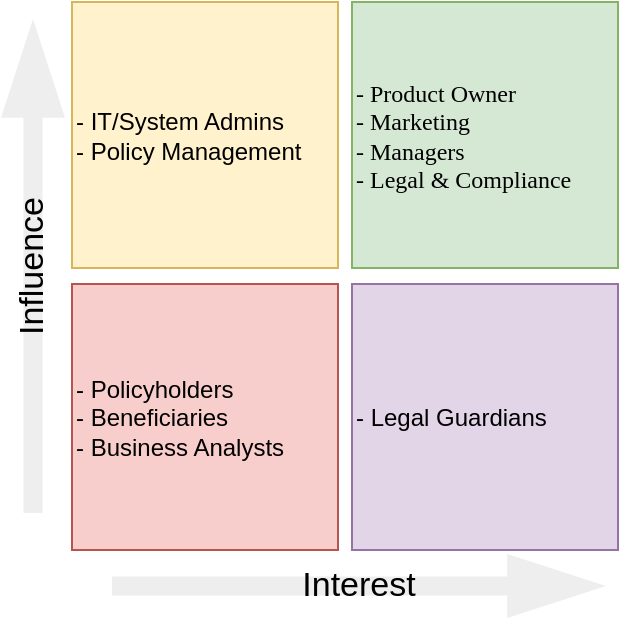
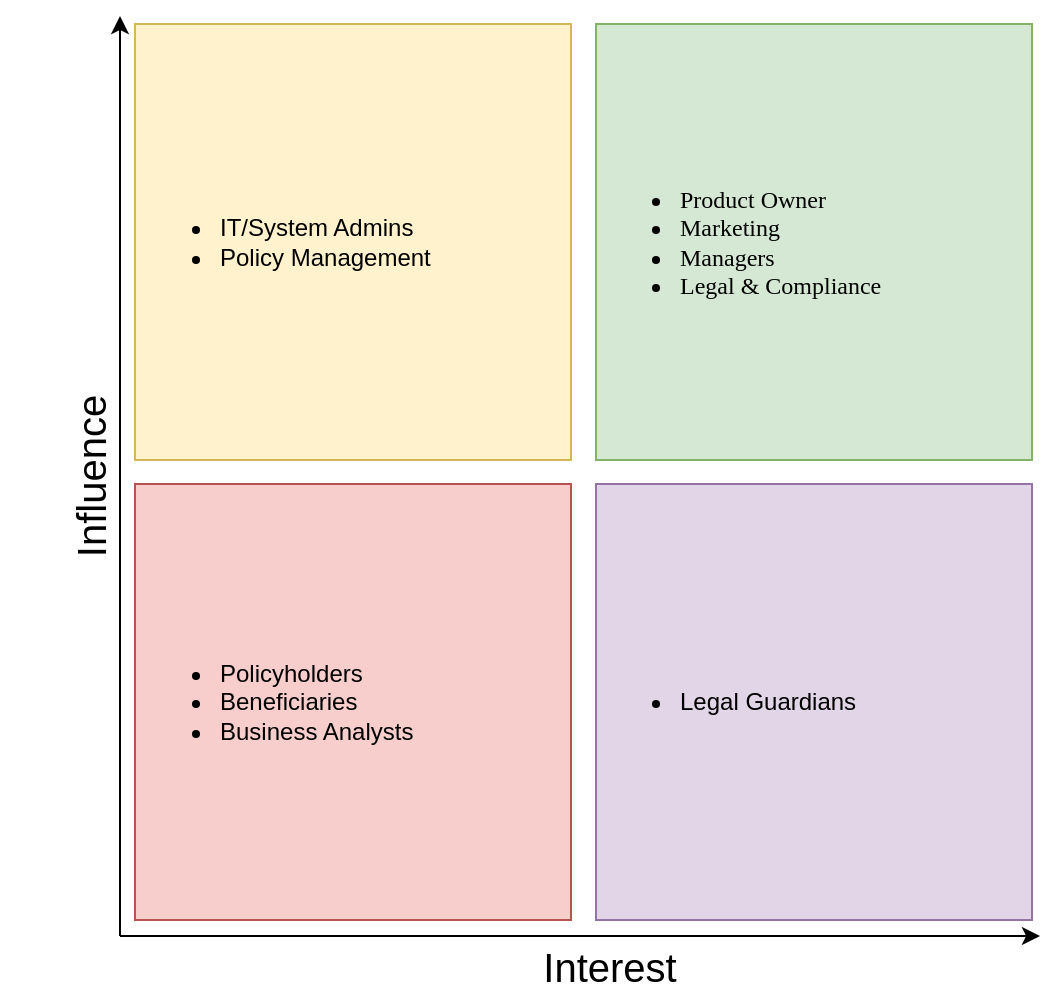
<mxfile host="app.diagrams.net">
  <diagram name="Page-1" id="X0_ej0eFDL27t5ckUI4T">
-     <mxGraphModel dx="575" dy="536" grid="0" gridSize="10" guides="1" tooltips="1" connect="1" arrows="1" fold="1" page="0" pageScale="1" pageWidth="850" pageHeight="1100" math="0" shadow="0">
+     <mxGraphModel dx="703" dy="256" grid="0" gridSize="10" guides="1" tooltips="1" connect="1" arrows="1" fold="1" page="0" pageScale="1" pageWidth="850" pageHeight="1100" math="0" shadow="0">
      <root>
        <mxCell id="0" />
        <mxCell id="1" parent="0" />
-         <mxCell id="FcPAKlwMTGvNa_uXLO_C-3" parent="1" style="html=1;fillColor=#d5e8d4;strokeColor=#82b366;shadow=0;fontSize=12;align=left;fontStyle=0;whiteSpace=wrap;rounded=0;" value="&lt;font face=&quot;Verdana&quot;&gt;&lt;span style=&quot;background-color: transparent; color: light-dark(rgb(0, 0, 0), rgb(255, 255, 255));&quot;&gt;- Product Owner&lt;/span&gt;&lt;br&gt;&lt;span style=&quot;background-color: transparent; color: light-dark(rgb(0, 0, 0), rgb(255, 255, 255));&quot;&gt;- Marketing&lt;/span&gt;&lt;br&gt;&lt;span style=&quot;background-color: transparent; color: light-dark(rgb(0, 0, 0), rgb(255, 255, 255));&quot;&gt;- Managers&lt;/span&gt;&lt;br&gt;&lt;span style=&quot;background-color: transparent; color: light-dark(rgb(0, 0, 0), rgb(255, 255, 255));&quot;&gt;- Legal &amp;amp; Compliance&lt;/span&gt;&lt;/font&gt;" vertex="1">
-           <mxGeometry height="133" width="133" x="490" y="214" as="geometry" />
+         <mxCell id="PIgoorRqnE2DbjH-4ZoE-1" parent="1" style="whiteSpace=wrap;html=1;aspect=fixed;fillColor=#fff2cc;strokeColor=#d6b656;align=left;" value="&lt;ul&gt;&lt;li&gt;&lt;span style=&quot;background-color: transparent; color: light-dark(rgb(0, 0, 0), rgb(255, 255, 255));&quot;&gt;IT/System Admins&lt;/span&gt;&lt;/li&gt;&lt;li&gt;&lt;span style=&quot;background-color: transparent; color: light-dark(rgb(0, 0, 0), rgb(255, 255, 255));&quot;&gt;Policy Management&lt;/span&gt;&lt;/li&gt;&lt;/ul&gt;" vertex="1">
+           <mxGeometry height="218" width="218" x="307.5" y="564" as="geometry" />
        </mxCell>
-         <mxCell id="FcPAKlwMTGvNa_uXLO_C-18" parent="1" style="html=1;fillColor=#fff2cc;strokeColor=#d6b656;shadow=0;fontSize=12;align=left;fontStyle=0;whiteSpace=wrap;rounded=0;" value="- IT/System Admins&lt;div&gt;- Policy Management&lt;/div&gt;" vertex="1">
-           <mxGeometry height="133" width="133" x="350" y="214" as="geometry" />
+         <mxCell id="PIgoorRqnE2DbjH-4ZoE-2" parent="1" style="whiteSpace=wrap;html=1;aspect=fixed;fillColor=#f8cecc;strokeColor=#b85450;align=left;" value="&lt;ul&gt;&lt;li&gt;&lt;span style=&quot;&quot;&gt;Policyholders&lt;/span&gt;&lt;/li&gt;&lt;li&gt;&lt;span style=&quot;background-color: transparent; color: light-dark(rgb(0, 0, 0), rgb(255, 255, 255));&quot;&gt;Beneficiaries&lt;/span&gt;&lt;/li&gt;&lt;li&gt;Business Analysts&lt;/li&gt;&lt;/ul&gt;" vertex="1">
+           <mxGeometry height="218" width="218" x="307.5" y="794" as="geometry" />
        </mxCell>
-         <mxCell id="FcPAKlwMTGvNa_uXLO_C-19" parent="1" style="html=1;fillColor=#f8cecc;strokeColor=#b85450;shadow=0;fontSize=12;align=left;fontStyle=0;whiteSpace=wrap;rounded=0;" value="- Policyholders&lt;div&gt;&lt;span style=&quot;background-color: transparent; color: light-dark(rgb(0, 0, 0), rgb(255, 255, 255));&quot;&gt;- Beneficiaries&lt;/span&gt;&lt;div&gt;- Business Analysts&lt;/div&gt;&lt;/div&gt;" vertex="1">
-           <mxGeometry height="133" width="133" x="350" y="355" as="geometry" />
+         <mxCell id="PIgoorRqnE2DbjH-4ZoE-3" parent="1" style="whiteSpace=wrap;html=1;aspect=fixed;fillColor=#e1d5e7;strokeColor=#9673a6;align=left;" value="&lt;ul&gt;&lt;li&gt;&lt;span style=&quot;&quot;&gt;Legal Guardians&lt;/span&gt;&lt;/li&gt;&lt;/ul&gt;" vertex="1">
+           <mxGeometry height="218" width="218" x="538" y="794" as="geometry" />
        </mxCell>
-         <mxCell id="FcPAKlwMTGvNa_uXLO_C-20" parent="1" style="html=1;fillColor=#e1d5e7;strokeColor=#9673a6;shadow=0;fontSize=12;align=left;fontStyle=0;whiteSpace=wrap;rounded=0;" value="- Legal Guardians" vertex="1">
-           <mxGeometry height="133" width="133" x="490" y="355" as="geometry" />
+         <mxCell id="PIgoorRqnE2DbjH-4ZoE-4" parent="1" style="whiteSpace=wrap;html=1;aspect=fixed;fillColor=#d5e8d4;strokeColor=#82b366;align=left;" value="&lt;ul&gt;&lt;li&gt;&lt;span style=&quot;color: light-dark(rgb(0, 0, 0), rgb(255, 255, 255)); font-family: Verdana; background-color: transparent;&quot;&gt;Product Owner&lt;/span&gt;&lt;/li&gt;&lt;li&gt;&lt;span style=&quot;color: light-dark(rgb(0, 0, 0), rgb(255, 255, 255)); font-family: Verdana; background-color: transparent;&quot;&gt;Marketing&lt;/span&gt;&lt;/li&gt;&lt;li&gt;&lt;span style=&quot;color: light-dark(rgb(0, 0, 0), rgb(255, 255, 255)); font-family: Verdana; background-color: transparent;&quot;&gt;Managers&lt;/span&gt;&lt;/li&gt;&lt;li&gt;&lt;span style=&quot;color: light-dark(rgb(0, 0, 0), rgb(255, 255, 255)); font-family: Verdana; background-color: transparent;&quot;&gt;Legal &amp;amp; Compliance&lt;/span&gt;&lt;/li&gt;&lt;/ul&gt;" vertex="1">
+           <mxGeometry height="218" width="218" x="538" y="564" as="geometry" />
        </mxCell>
-         <mxCell id="FcPAKlwMTGvNa_uXLO_C-21" parent="1" style="shape=singleArrow;whiteSpace=wrap;html=1;align=center;dashed=1;fillColor=#eeeeee;strokeColor=none;" value="&lt;div style=&quot;text-align: justify;&quot;&gt;&lt;span style=&quot;font-size: 17px; background-color: transparent; color: light-dark(rgb(0, 0, 0), rgb(255, 255, 255));&quot;&gt;Interest&lt;/span&gt;&lt;/div&gt;" vertex="1">
-           <mxGeometry height="32" width="247" x="370" y="490" as="geometry" />
+         <mxCell id="PIgoorRqnE2DbjH-4ZoE-14" connectable="0" parent="1" style="group" value="" vertex="1">
+           <mxGeometry height="285" width="350" x="240" y="770" as="geometry" />
        </mxCell>
-         <mxCell id="FcPAKlwMTGvNa_uXLO_C-22" parent="1" style="shape=singleArrow;whiteSpace=wrap;html=1;align=center;dashed=1;fillColor=#eeeeee;strokeColor=none;rotation=-90;" value="&lt;div style=&quot;text-align: justify;&quot;&gt;&lt;span style=&quot;font-size: 17px; background-color: transparent; color: light-dark(rgb(0, 0, 0), rgb(255, 255, 255));&quot;&gt;Influence&lt;/span&gt;&lt;/div&gt;" vertex="1">
-           <mxGeometry height="32" width="247" x="207" y="330" as="geometry" />
+         <mxCell id="PIgoorRqnE2DbjH-4ZoE-10" edge="1" parent="PIgoorRqnE2DbjH-4ZoE-14" style="endArrow=classic;html=1;rounded=0;" value="">
+           <mxGeometry height="50" relative="1" width="50" as="geometry">
+             <mxPoint x="60" y="250" as="sourcePoint" />
+             <mxPoint x="520" y="250" as="targetPoint" />
+           </mxGeometry>
+         </mxCell>
+         <mxCell id="PIgoorRqnE2DbjH-4ZoE-11" edge="1" parent="PIgoorRqnE2DbjH-4ZoE-14" style="endArrow=classic;html=1;rounded=0;" value="">
+           <mxGeometry height="50" relative="1" width="50" as="geometry">
+             <mxPoint x="60" y="250" as="sourcePoint" />
+             <mxPoint x="60" y="-210" as="targetPoint" />
+           </mxGeometry>
+         </mxCell>
+         <mxCell id="PIgoorRqnE2DbjH-4ZoE-12" parent="PIgoorRqnE2DbjH-4ZoE-14" style="text;html=1;whiteSpace=wrap;strokeColor=none;fillColor=none;align=center;verticalAlign=middle;rounded=0;" value="&lt;font style=&quot;font-size: 20px;&quot;&gt;Interest&lt;/font&gt;" vertex="1">
+           <mxGeometry height="40" width="90" x="260" y="245" as="geometry" />
+         </mxCell>
+         <mxCell id="PIgoorRqnE2DbjH-4ZoE-13" parent="PIgoorRqnE2DbjH-4ZoE-14" style="text;html=1;whiteSpace=wrap;strokeColor=none;fillColor=none;align=center;verticalAlign=middle;rounded=0;rotation=-90;" value="&lt;font style=&quot;font-size: 20px;&quot;&gt;Influence&lt;/font&gt;" vertex="1">
+           <mxGeometry height="40" width="90" as="geometry" />
        </mxCell>
      </root>
    </mxGraphModel>
  </diagram>
</mxfile>
